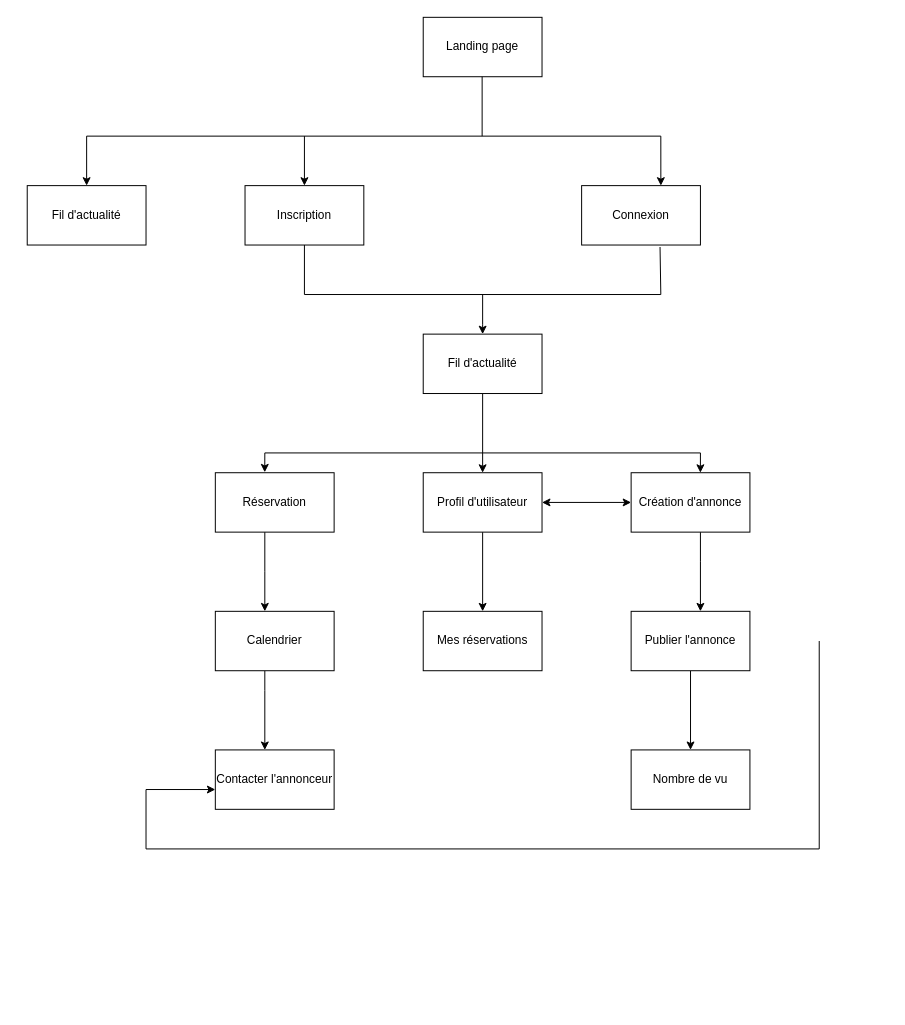
Guy-Max/Guy-Max keeps this draw.io diagram as page "Page-2" (2 of 2) of Untitled Diagram.drawio. Above is the earlier version. Source tidied: cells renumbered, new cells numbered last; positions are measured from the earlier drawing's top-left corner, leaving out a move shared by most shapes. Both pictures are drawn from the tidied source at 99%, with x=0, y=0 at pixel (27, 17).
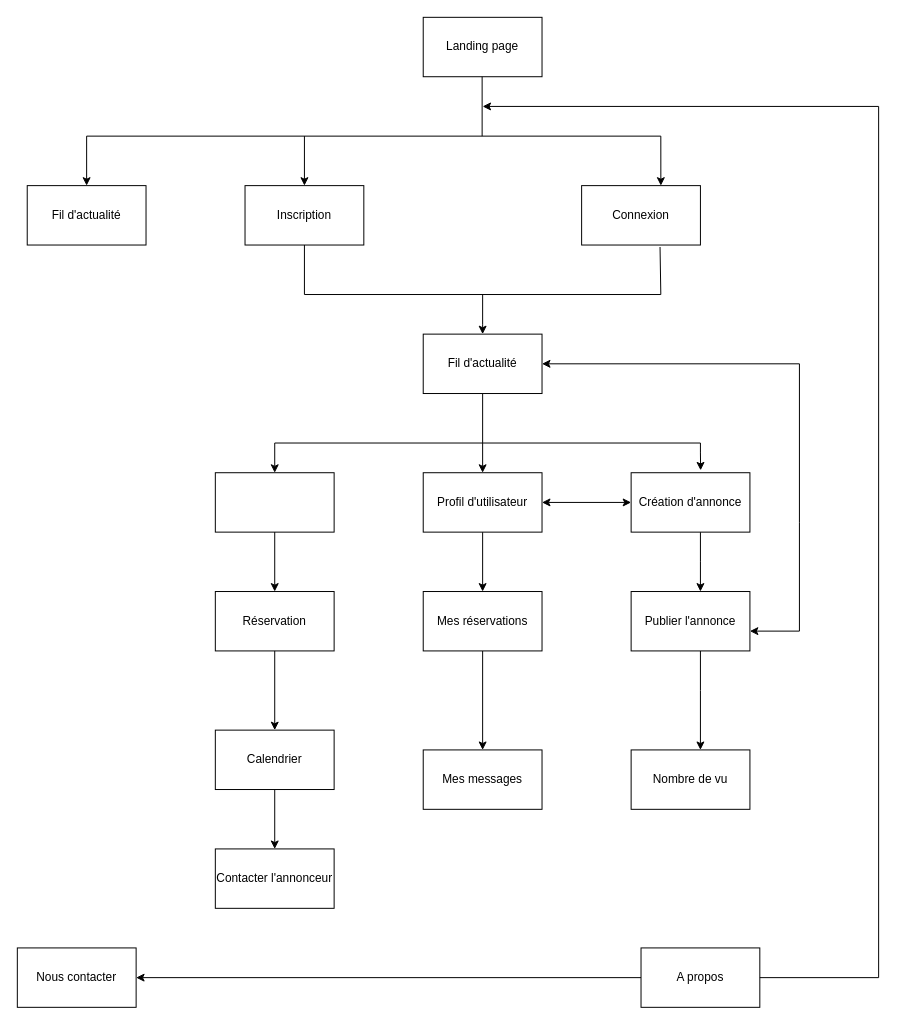
After the change.

Commit message:
Diagram FyR

The change refers to these unchanged cells:
```xml
<mxCell id="14" value="Fil d'actualité" style="rounded=0;whiteSpace=wrap;html=1;" parent="1" vertex="1">
  <mxGeometry x="400" y="320" width="120" height="60" as="geometry" />
</mxCell>
<mxCell id="20" value="Création d'annonce" style="rounded=0;whiteSpace=wrap;html=1;" parent="1" vertex="1">
  <mxGeometry x="610" y="460" width="120" height="60" as="geometry" />
</mxCell>
<mxCell id="33" value="Nombre de vu" style="whiteSpace=wrap;html=1;rounded=0;" parent="1" vertex="1">
  <mxGeometry x="610" y="740" width="120" height="60" as="geometry" />
</mxCell>
```

Change to the diagram source:
```diff
@@
-    <mxCell id="17" style="edgeStyle=orthogonalEdgeStyle;rounded=0;jettySize=auto;html=1;" parent="1" edge="1" source="18" target="28">
-      <mxGeometry relative="1" as="geometry">
-        <Array as="points">
-          <mxPoint x="240" y="560" />
-          <mxPoint x="240" y="560" />
-        </Array>
-      </mxGeometry>
-    </mxCell>
     <mxCell id="18" value="Réservation" style="rounded=0;whiteSpace=wrap;html=1;" parent="1" vertex="1">
-      <mxGeometry x="190" y="460" width="120" height="60" as="geometry" />
+      <mxGeometry x="190" y="580" width="120" height="60" as="geometry" />
     </mxCell>
@@
-    <mxCell id="21" style="endArrow=none;html=1;rounded=0;" parent="1" edge="1">
-      <mxGeometry relative="1" as="geometry">
-        <mxPoint x="240" y="440" as="sourcePoint" />
-        <mxPoint x="680" y="440" as="targetPoint" />
-      </mxGeometry>
-    </mxCell>
-    <mxCell id="22" style="endArrow=classic;html=1;rounded=0;entryX=0.583;entryY=0;entryDx=0;entryDy=0;entryPerimeter=0;" parent="1" edge="1" target="20">
-      <mxGeometry relative="1" as="geometry">
-        <mxPoint x="680" y="440" as="sourcePoint" />
-      </mxGeometry>
-    </mxCell>
-    <mxCell id="23" style="endArrow=classic;html=1;rounded=0;entryX=0.416;entryY=-0.007;entryDx=0;entryDy=0;entryPerimeter=0;" parent="1" edge="1" target="18">
-      <mxGeometry relative="1" as="geometry">
-        <mxPoint x="240" y="440" as="sourcePoint" />
-      </mxGeometry>
-    </mxCell>
@@
     <mxCell id="27" style="edgeStyle=orthogonalEdgeStyle;rounded=0;jettySize=auto;html=1;" parent="1" edge="1" source="28" target="30">
       <mxGeometry relative="1" as="geometry">
         <Array as="points">
-          <mxPoint x="240" y="680" />
-          <mxPoint x="240" y="680" />
+          <mxPoint x="240" y="780" />
+          <mxPoint x="240" y="780" />
         </Array>
       </mxGeometry>
     </mxCell>
     <mxCell id="28" value="Calendrier" style="whiteSpace=wrap;html=1;rounded=0;" parent="1" vertex="1">
-      <mxGeometry x="190" y="600" width="120" height="60" as="geometry" />
+      <mxGeometry x="190" y="720" width="120" height="60" as="geometry" />
     </mxCell>
+    <mxCell id="38" style="edgeStyle=orthogonalEdgeStyle;rounded=0;jettySize=auto;html=1;" parent="1" edge="1" source="29" target="40">
+      <mxGeometry relative="1" as="geometry" />
+    </mxCell>
     <mxCell id="29" value="Mes réservations" style="whiteSpace=wrap;html=1;rounded=0;" parent="1" vertex="1">
-      <mxGeometry x="400" y="600" width="120" height="60" as="geometry" />
+      <mxGeometry x="400" y="580" width="120" height="60" as="geometry" />
     </mxCell>
     <mxCell id="30" value="Contacter l'annonceur" style="whiteSpace=wrap;html=1;rounded=0;" parent="1" vertex="1">
-      <mxGeometry x="190" y="740" width="120" height="60" as="geometry" />
+      <mxGeometry x="190" y="840" width="120" height="60" as="geometry" />
     </mxCell>
     <mxCell id="31" style="edgeStyle=orthogonalEdgeStyle;rounded=0;jettySize=auto;html=1;" parent="1" edge="1" source="32" target="33">
-      <mxGeometry relative="1" as="geometry" />
+      <mxGeometry relative="1" as="geometry">
+        <Array as="points">
+          <mxPoint x="680" y="680" />
+          <mxPoint x="680" y="680" />
+        </Array>
+      </mxGeometry>
     </mxCell>
     <mxCell id="32" value="Publier l'annonce" style="whiteSpace=wrap;html=1;rounded=0;" parent="1" vertex="1">
-      <mxGeometry x="610" y="600" width="120" height="60" as="geometry" />
+      <mxGeometry x="610" y="580" width="120" height="60" as="geometry" />
     </mxCell>
@@
-    <mxCell id="34" style="endArrow=classic;html=1;rounded=0;entryX=0;entryY=0.667;entryDx=0;entryDy=0;entryPerimeter=0;" parent="1" edge="1" target="30">
-      <mxGeometry relative="1" as="geometry">
-        <mxPoint x="120" y="780" as="sourcePoint" />
-      </mxGeometry>
-    </mxCell>
-    <mxCell id="35" style="endArrow=none;html=1;rounded=0;" parent="1" edge="1">
-      <mxGeometry relative="1" as="geometry">
-        <mxPoint x="120" y="840" as="sourcePoint" />
-        <mxPoint x="800" y="840" as="targetPoint" />
-      </mxGeometry>
-    </mxCell>
-    <mxCell id="36" style="endArrow=none;html=1;rounded=0;" parent="1" edge="1">
-      <mxGeometry relative="1" as="geometry">
-        <mxPoint x="120" y="840" as="sourcePoint" />
-        <mxPoint x="120" y="780" as="targetPoint" />
-      </mxGeometry>
-    </mxCell>
-    <mxCell id="37" style="endArrow=none;html=1;rounded=0;" parent="1" edge="1">
-      <mxGeometry relative="1" as="geometry">
-        <mxPoint x="800" y="840" as="sourcePoint" />
-        <mxPoint x="800" y="630" as="targetPoint" />
-      </mxGeometry>
-    </mxCell>
+    <mxCell id="39" style="endArrow=classic;startArrow=classic;html=1;rounded=0;exitX=1;exitY=0.5;exitDx=0;exitDy=0;" parent="1" edge="1" source="14">
+      <mxGeometry relative="1" as="geometry">
+        <mxPoint x="730" y="620" as="targetPoint" />
+        <Array as="points">
+          <mxPoint x="780" y="350" />
+          <mxPoint x="780" y="510" />
+          <mxPoint x="780" y="620" />
+        </Array>
+      </mxGeometry>
+    </mxCell>
+    <mxCell id="40" value="Mes messages" style="whiteSpace=wrap;html=1;rounded=0;" parent="1" vertex="1">
+      <mxGeometry x="400" y="740" width="120" height="60" as="geometry" />
+    </mxCell>
+    <mxCell id="41" style="whiteSpace=wrap;html=1;rounded=0;" parent="1" vertex="1">
+      <mxGeometry x="190" y="460" width="120" height="60" as="geometry" />
+    </mxCell>
+    <mxCell id="17" style="endArrow=classic;html=1;rounded=0;exitX=0.5;exitY=1;exitDx=0;exitDy=0;entryX=0.5;entryY=0;entryDx=0;entryDy=0;" parent="1" edge="1" source="18" target="28">
+      <mxGeometry relative="1" as="geometry" />
+    </mxCell>
+    <mxCell id="42" style="endArrow=classic;startArrow=classic;html=1;rounded=0;exitX=0.5;exitY=0;exitDx=0;exitDy=0;entryX=0.585;entryY=-0.04;entryDx=0;entryDy=0;entryPerimeter=0;" parent="1" edge="1" source="41" target="20">
+      <mxGeometry relative="1" as="geometry">
+        <Array as="points">
+          <mxPoint x="250" y="430" />
+          <mxPoint x="460" y="430" />
+          <mxPoint x="680" y="430" />
+          <mxPoint x="680" y="440" />
+        </Array>
+      </mxGeometry>
+    </mxCell>
+    <mxCell id="43" style="endArrow=classic;html=1;rounded=0;exitX=0.5;exitY=1;exitDx=0;exitDy=0;entryX=0.5;entryY=0;entryDx=0;entryDy=0;" parent="1" edge="1" source="41" target="18">
+      <mxGeometry relative="1" as="geometry" />
+    </mxCell>
+    <mxCell id="44" style="endArrow=classic;startArrow=classic;html=1;rounded=0;exitX=1;exitY=0.5;exitDx=0;exitDy=0;" parent="1" edge="1" source="45">
+      <mxGeometry relative="1" as="geometry">
+        <mxPoint x="460" y="90" as="targetPoint" />
+        <Array as="points">
+          <mxPoint x="860" y="970" />
+          <mxPoint x="860" y="90" />
+        </Array>
+      </mxGeometry>
+    </mxCell>
+    <mxCell id="45" value="Nous contacter" style="rounded=0;whiteSpace=wrap;html=1;" parent="1" vertex="1">
+      <mxGeometry x="-10" y="940" width="120" height="60" as="geometry" />
+    </mxCell>
+    <mxCell id="46" value="A propos" style="rounded=0;whiteSpace=wrap;html=1;" parent="1" vertex="1">
+      <mxGeometry x="620" y="940" width="120" height="60" as="geometry" />
+    </mxCell>
```
